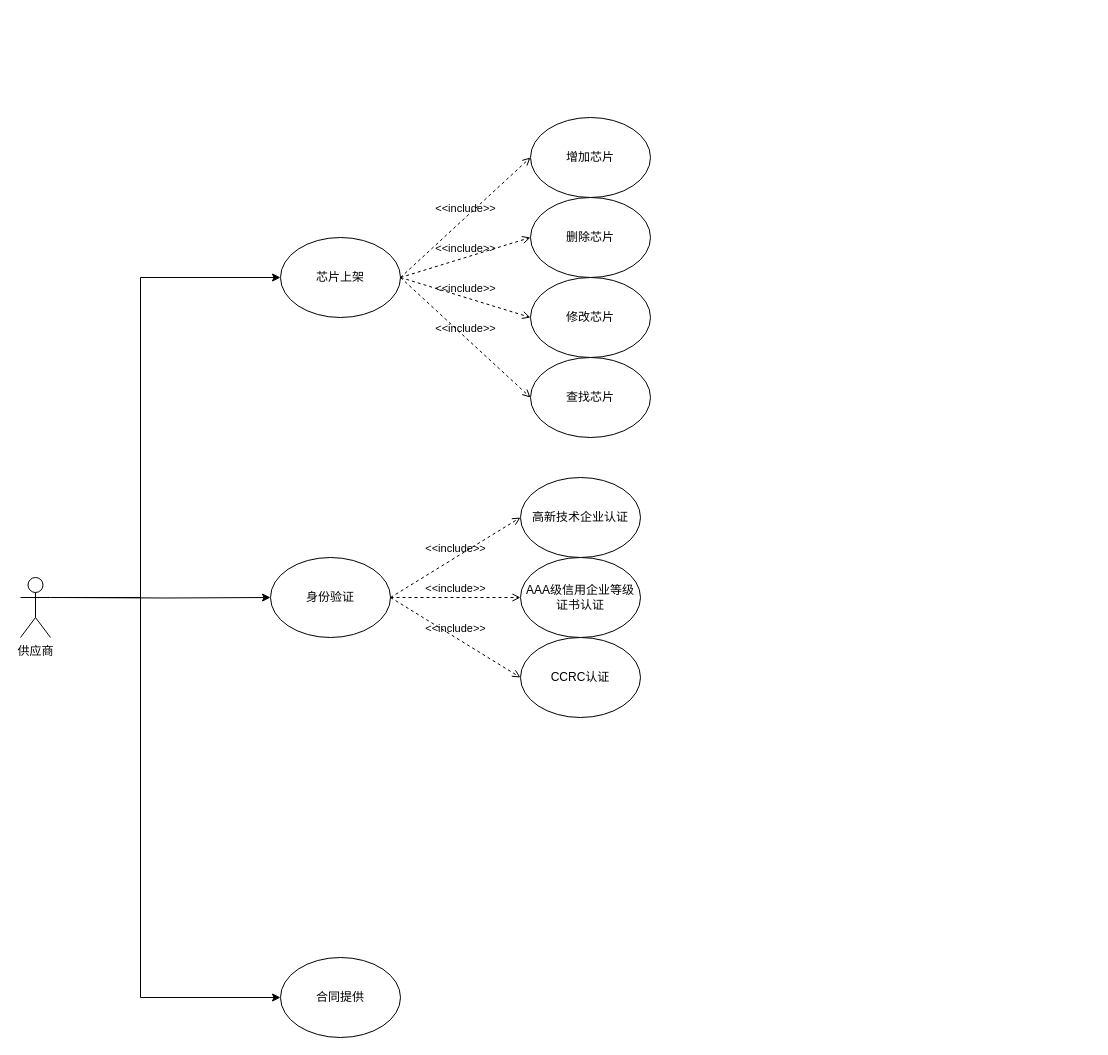
Earlier version of the draw.io diagram （2）.drawio (liuyang0228/text). Source tidied: cells renumbered, new cells numbered last; positions are measured from the earlier drawing's top-left corner, leaving out a move shared by most shapes. Both pictures are drawn from the tidied source at 100%, with x=0, y=0 at pixel (20, 117).
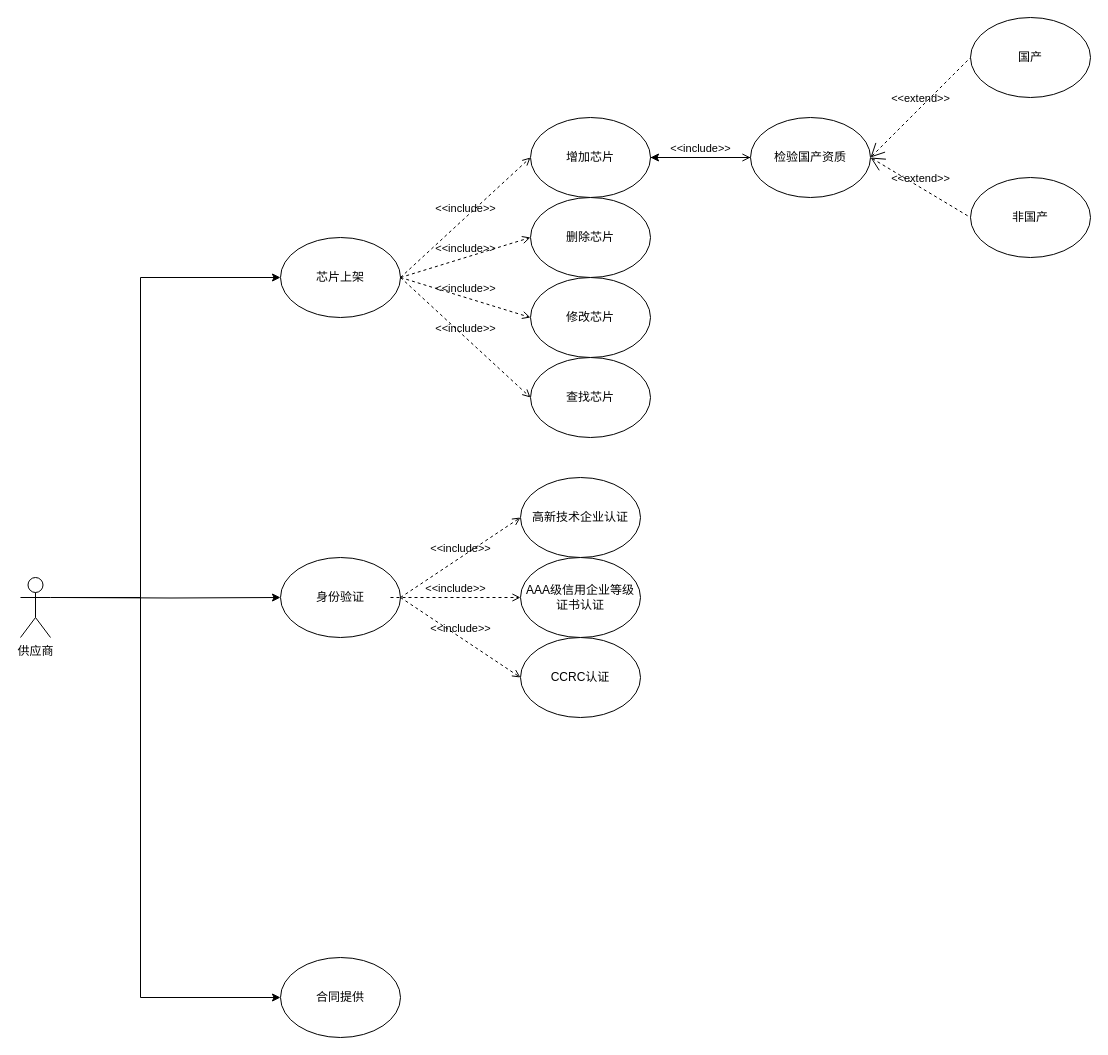
The same diagram, later.

The change refers to these unchanged cells:
```xml
<mxCell id="9" value="增加芯片" style="ellipse;whiteSpace=wrap;html=1;" parent="1" vertex="1">
  <mxGeometry x="510" width="120" height="80" as="geometry" />
</mxCell>
```

Change to the diagram source:
```diff
@@
     <mxCell id="5" value="身份验证" style="ellipse;whiteSpace=wrap;html=1;" parent="1" vertex="1">
-      <mxGeometry x="250" y="440" width="120" height="80" as="geometry" />
+      <mxGeometry x="260" y="440" width="120" height="80" as="geometry" />
     </mxCell>
@@
+    <mxCell id="23" style="edgeStyle=orthogonalEdgeStyle;rounded=0;jettySize=auto;html=1;" parent="1" edge="1" source="24" target="9">
+      <mxGeometry relative="1" as="geometry" />
+    </mxCell>
+    <mxCell id="24" value="检验国产资质" style="ellipse;whiteSpace=wrap;html=1;" parent="1" vertex="1">
+      <mxGeometry x="730" width="120" height="80" as="geometry" />
+    </mxCell>
+    <mxCell id="25" value="&amp;lt;&amp;lt;include&amp;gt;&amp;gt;" style="html=1;verticalAlign=bottom;labelBackgroundColor=none;endArrow=open;endFill=0;dashed=1;rounded=0;exitX=1;exitY=0.5;exitDx=0;exitDy=0;entryX=0;entryY=0.5;entryDx=0;entryDy=0;" parent="1" edge="1" source="9" target="24">
+      <mxGeometry relative="1" as="geometry" />
+    </mxCell>
+    <mxCell id="26" value="国产" style="ellipse;whiteSpace=wrap;html=1;" parent="1" vertex="1">
+      <mxGeometry x="950" y="-100" width="120" height="80" as="geometry" />
+    </mxCell>
+    <mxCell id="27" value="非国产" style="ellipse;whiteSpace=wrap;html=1;" parent="1" vertex="1">
+      <mxGeometry x="950" y="60" width="120" height="80" as="geometry" />
+    </mxCell>
+    <mxCell id="28" value="&amp;lt;&amp;lt;extend&amp;gt;&amp;gt;" style="edgeStyle=none;html=1;startArrow=open;endArrow=none;startSize=12;verticalAlign=bottom;dashed=1;labelBackgroundColor=none;rounded=0;entryX=0;entryY=0.5;entryDx=0;entryDy=0;exitX=1;exitY=0.5;exitDx=0;exitDy=0;" parent="1" edge="1" source="24" target="27">
+      <mxGeometry relative="1" as="geometry" />
+    </mxCell>
+    <mxCell id="29" value="&amp;lt;&amp;lt;extend&amp;gt;&amp;gt;" style="edgeStyle=none;html=1;startArrow=open;endArrow=none;startSize=12;verticalAlign=bottom;dashed=1;labelBackgroundColor=none;rounded=0;entryX=0;entryY=0.5;entryDx=0;entryDy=0;exitX=1;exitY=0.5;exitDx=0;exitDy=0;" parent="1" edge="1" source="24" target="26">
+      <mxGeometry relative="1" as="geometry" />
+    </mxCell>
```
